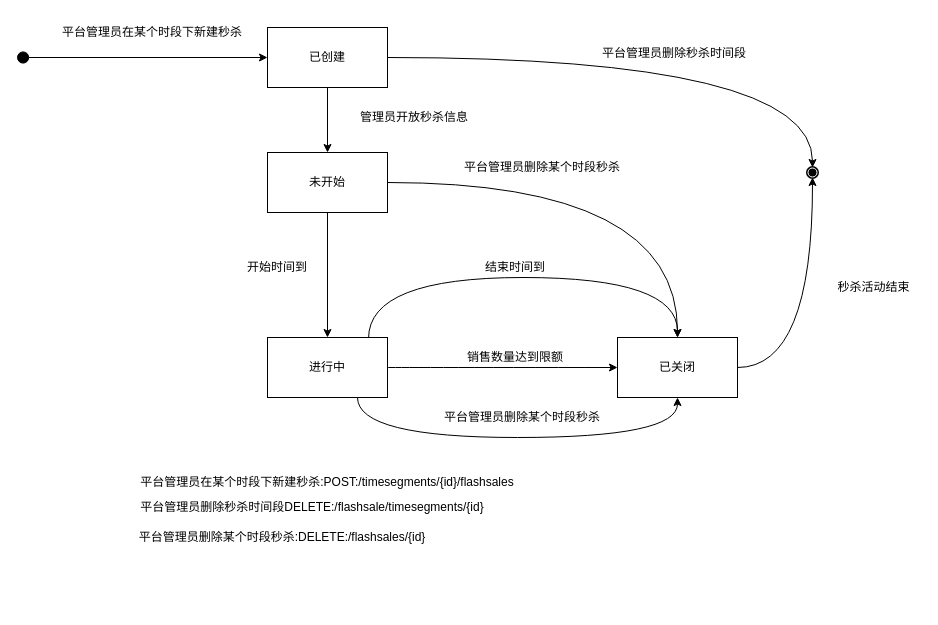
The draw.io diagram OOAD小组作业/商品模块设计之秒杀活动.drawio in app1echip/grams, before the edit. Source tidied: cells renumbered, new cells numbered last; positions are measured from the earlier drawing's top-left corner, leaving out a move shared by most shapes. Both pictures are drawn from the tidied source at 100%, with x=0, y=0 at pixel (17, 17).
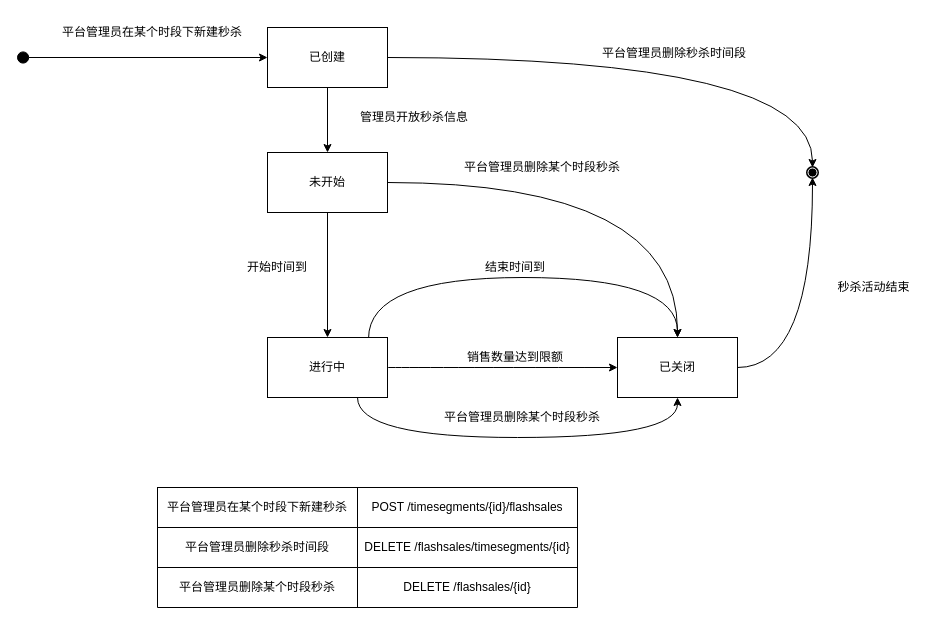
The same page after the edit.

Commit message:
Update 商品模块设计之秒杀活动.drawio

What changed in the source:
```diff
@@
-    <mxCell id="25" value="&lt;span&gt;&lt;span&gt;平台管理员在某个时段下新建秒杀:POST:&lt;/span&gt;&lt;/span&gt;&lt;span&gt;&lt;span&gt;&lt;span class=&quot;opblock-summary-method&quot;&gt;&lt;/span&gt;&lt;span class=&quot;opblock-summary-path&quot;&gt;&lt;a class=&quot;nostyle&quot;&gt;&lt;span&gt;/timesegments/{id}/flashsales&lt;/span&gt;&lt;/a&gt;&lt;/span&gt;&lt;/span&gt;&lt;/span&gt;" style="text;html=1;strokeColor=none;fillColor=none;align=center;verticalAlign=middle;whiteSpace=wrap;rounded=0;shadow=0;" parent="1" vertex="1">
-      <mxGeometry x="120" y="450" width="380" height="30" as="geometry" />
-    </mxCell>
-    <mxCell id="26" value="&lt;span&gt;&lt;span&gt;平台管理员删除某个时段秒杀&lt;/span&gt;&lt;/span&gt;&lt;span&gt;&lt;span&gt;&lt;span class=&quot;opblock-summary-method&quot;&gt;&lt;/span&gt;&lt;span class=&quot;opblock-summary-path&quot;&gt;&lt;a class=&quot;nostyle&quot;&gt;&lt;span&gt;:DELETE:/flashsales/{id}&lt;/span&gt;&lt;/a&gt;&lt;/span&gt;&lt;/span&gt;&lt;/span&gt;" style="text;html=1;strokeColor=none;fillColor=none;align=center;verticalAlign=middle;whiteSpace=wrap;rounded=0;shadow=0;" parent="1" vertex="1">
-      <mxGeometry x="120" y="510" width="290" height="20" as="geometry" />
-    </mxCell>
@@
-    <mxCell id="28" value="&lt;span&gt;&lt;span&gt;平台管理员删除秒杀时间段DELETE:/flashsale/timesegments/{id}&lt;/span&gt;&lt;/span&gt;" style="text;html=1;strokeColor=none;fillColor=none;align=center;verticalAlign=middle;whiteSpace=wrap;rounded=0;" parent="1" vertex="1">
-      <mxGeometry x="120" y="480" width="350" height="20" as="geometry" />
-    </mxCell>
+    <mxCell id="29" style="shape=table;html=1;whiteSpace=wrap;startSize=0;childLayout=tableLayout;" parent="1" vertex="1">
+      <mxGeometry x="140" y="470" width="420" height="120" as="geometry" />
+    </mxCell>
+    <mxCell id="30" style="shape=partialRectangle;html=1;whiteSpace=wrap;fillColor=none;top=0;left=0;bottom=0;right=0;" parent="29" vertex="1">
+      <mxGeometry width="420" height="40" as="geometry" />
+    </mxCell>
+    <mxCell id="31" value="平台管理员在某个时段下新建秒杀" style="shape=partialRectangle;html=1;whiteSpace=wrap;overflow=hidden;fillColor=none;top=0;left=0;bottom=0;right=0;" parent="30" vertex="1">
+      <mxGeometry width="200" height="40" as="geometry" />
+    </mxCell>
+    <mxCell id="32" value="POST /timesegments/{id}/flashsales" style="shape=partialRectangle;html=1;whiteSpace=wrap;overflow=hidden;fillColor=none;top=0;left=0;bottom=0;right=0;" parent="30" vertex="1">
+      <mxGeometry x="200" width="220" height="40" as="geometry" />
+    </mxCell>
+    <mxCell id="33" style="shape=partialRectangle;html=1;whiteSpace=wrap;fillColor=none;top=0;left=0;bottom=0;right=0;" parent="29" vertex="1">
+      <mxGeometry y="40" width="420" height="40" as="geometry" />
+    </mxCell>
+    <mxCell id="34" value="平台管理员删除秒杀时间段" style="shape=partialRectangle;html=1;whiteSpace=wrap;overflow=hidden;fillColor=none;top=0;left=0;bottom=0;right=0;" parent="33" vertex="1">
+      <mxGeometry width="200" height="40" as="geometry" />
+    </mxCell>
+    <mxCell id="35" value="DELETE /flashsales/timesegments/{id}" style="shape=partialRectangle;html=1;whiteSpace=wrap;overflow=hidden;fillColor=none;top=0;left=0;bottom=0;right=0;" parent="33" vertex="1">
+      <mxGeometry x="200" width="220" height="40" as="geometry" />
+    </mxCell>
+    <mxCell id="36" style="shape=partialRectangle;html=1;whiteSpace=wrap;fillColor=none;top=0;left=0;bottom=0;right=0;" parent="29" vertex="1">
+      <mxGeometry y="80" width="420" height="40" as="geometry" />
+    </mxCell>
+    <mxCell id="37" value="平台管理员删除某个时段秒杀" style="shape=partialRectangle;html=1;whiteSpace=wrap;overflow=hidden;fillColor=none;top=0;left=0;bottom=0;right=0;" parent="36" vertex="1">
+      <mxGeometry width="200" height="40" as="geometry" />
+    </mxCell>
+    <mxCell id="38" value="DELETE /flashsales/{id}" style="shape=partialRectangle;html=1;whiteSpace=wrap;overflow=hidden;fillColor=none;top=0;left=0;bottom=0;right=0;" parent="36" vertex="1">
+      <mxGeometry x="200" width="220" height="40" as="geometry" />
+    </mxCell>
```
